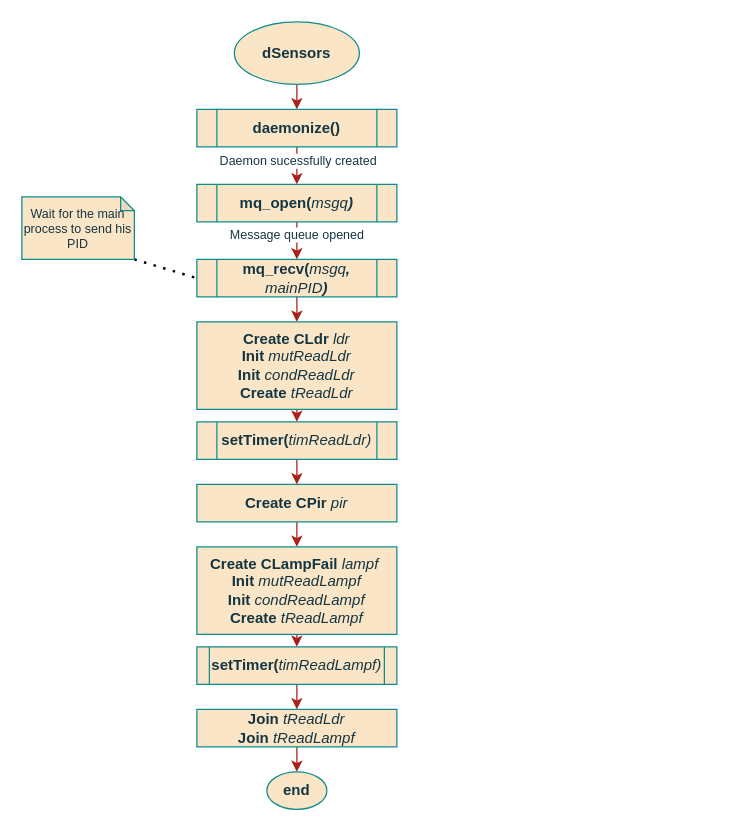
The draw.io diagram page "dSensors" (5 of 9) of documentation/flowcharts/LS/LSThreads.drawio in ESRGgroup9/slipad, before the edit. Source tidied: cells renumbered, new cells numbered last; positions are measured from the earlier drawing's top-left corner, leaving out a move shared by most shapes. Both pictures are drawn from the tidied source at 125%, with x=0, y=0 at pixel (21, 21).
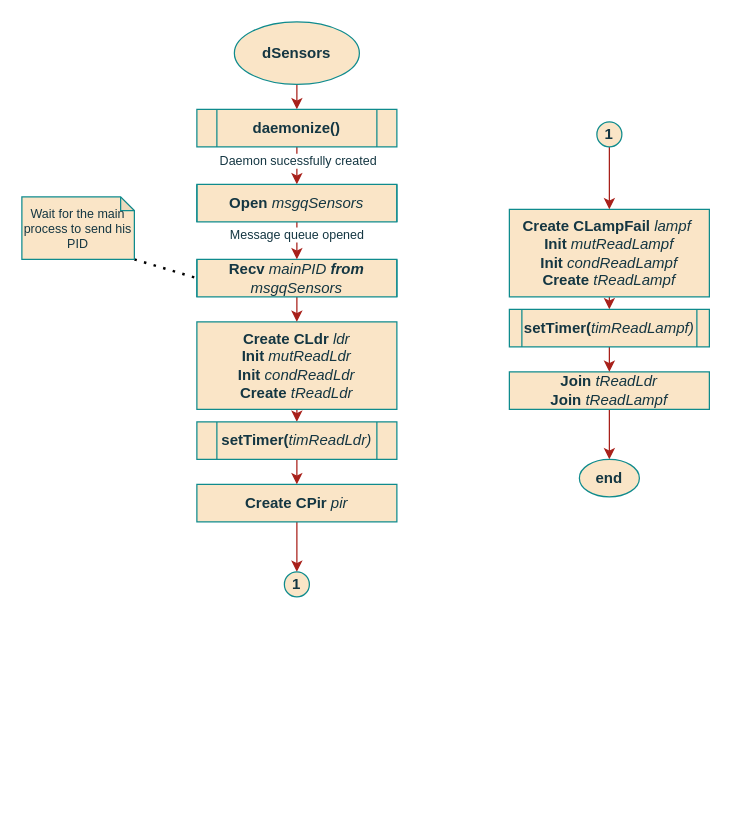
Above is the later version.

Unchanged cells that the change refers to:
```xml
<mxCell id="13" value="&lt;div&gt;&lt;b&gt;Create CPir &lt;/b&gt;&lt;i&gt;pir&lt;/i&gt;&lt;br&gt;&lt;/div&gt;" style="rounded=0;whiteSpace=wrap;html=1;sketch=0;fontColor=#143642;strokeColor=#0F8B8D;fillColor=#FAE5C7;fontFamily=Helvetica;align=center;" parent="1" vertex="1">
  <mxGeometry x="140" y="370" width="160" height="30" as="geometry" />
</mxCell>
```

Diff of the diagram source:
```diff
@@
-    <mxCell id="9" value="&lt;div&gt;mq_recv(&lt;i&gt;&lt;span style=&quot;font-weight: normal&quot;&gt;msgq&lt;/span&gt;, &lt;/i&gt;&lt;span style=&quot;font-weight: normal&quot;&gt;&lt;i&gt;mainPID&lt;/i&gt;&lt;i&gt;&lt;b&gt;)&lt;/b&gt;&lt;/i&gt;&lt;/span&gt;&lt;/div&gt;" style="shape=process;whiteSpace=wrap;html=1;backgroundOutline=1;rounded=0;sketch=0;fontColor=#143642;strokeColor=#0F8B8D;fillColor=#FAE5C7;fontStyle=1;" parent="1" vertex="1">
+    <mxCell id="9" value="&lt;div&gt;Recv &lt;i&gt; &lt;/i&gt;&lt;span style=&quot;font-weight: normal&quot;&gt;&lt;i&gt;mainPID&lt;b&gt; from &lt;/b&gt;&lt;/i&gt;&lt;/span&gt;&lt;span style=&quot;font-weight: normal&quot;&gt;&lt;i&gt;msgqSensors&lt;/i&gt;&lt;/span&gt;&lt;span style=&quot;font-weight: normal&quot;&gt;&lt;/span&gt;&lt;/div&gt;" style="shape=process;whiteSpace=wrap;html=1;backgroundOutline=1;rounded=0;sketch=0;fontColor=#143642;strokeColor=#0F8B8D;fillColor=#FAE5C7;fontStyle=1;size=0;" parent="1" vertex="1">
       <mxGeometry x="140" y="190" width="160" height="30" as="geometry" />
     </mxCell>
@@
-    <mxCell id="12" style="edgeStyle=orthogonalEdgeStyle;curved=0;rounded=1;sketch=0;jettySize=auto;html=1;exitX=0.5;exitY=1;exitDx=0;exitDy=0;entryX=0.5;entryY=0;entryDx=0;entryDy=0;fontSize=10;fontColor=#143642;strokeColor=#A8201A;fillColor=#FAE5C7;" parent="1" edge="1" source="13" target="15">
-      <mxGeometry relative="1" as="geometry" />
-    </mxCell>
+    <mxCell id="26" style="edgeStyle=orthogonalEdgeStyle;curved=0;rounded=1;sketch=0;jettySize=auto;html=1;exitX=0.5;exitY=1;exitDx=0;exitDy=0;entryX=0.5;entryY=0;entryDx=0;entryDy=0;fontSize=10;fontColor=#143642;strokeColor=#A8201A;fillColor=#FAE5C7;" parent="1" edge="1" source="13" target="27">
+      <mxGeometry relative="1" as="geometry" />
+    </mxCell>
@@
     <mxCell id="15" value="&lt;div&gt;&lt;b&gt;Create CLampFail &lt;/b&gt;&lt;i&gt;lampf&lt;/i&gt;&lt;b&gt;&amp;nbsp;&lt;/b&gt;&lt;/div&gt;&lt;div&gt;&lt;div&gt;&lt;b&gt;Init &lt;/b&gt;&lt;i&gt;mutReadLampf&lt;/i&gt;&lt;b&gt;&lt;br&gt;&lt;/b&gt;&lt;/div&gt;&lt;div&gt;&lt;b&gt;Init&lt;/b&gt;  &lt;i&gt;condReadL&lt;/i&gt;&lt;i&gt;ampf&lt;/i&gt;&lt;/div&gt;&lt;div&gt;&lt;b&gt;Create&lt;/b&gt;&lt;i&gt;&lt;b&gt; &lt;/b&gt;tReadL&lt;/i&gt;&lt;i&gt;ampf&lt;/i&gt;&lt;/div&gt;&lt;/div&gt;" style="rounded=0;whiteSpace=wrap;html=1;sketch=0;fontColor=#143642;strokeColor=#0F8B8D;fillColor=#FAE5C7;fontFamily=Helvetica;align=center;" parent="1" vertex="1">
-      <mxGeometry x="140" y="420" width="160" height="70" as="geometry" />
+      <mxGeometry x="390" y="150" width="160" height="70" as="geometry" />
     </mxCell>
@@
     <mxCell id="20" value="&lt;div&gt;&lt;b&gt;Join &lt;/b&gt;&lt;i&gt;tReadLdr&lt;/i&gt;&lt;/div&gt;&lt;div&gt;&lt;b&gt;Join &lt;/b&gt;&lt;i&gt;tReadLampf&lt;/i&gt;&lt;/div&gt;" style="rounded=0;whiteSpace=wrap;html=1;sketch=0;fontColor=#143642;strokeColor=#0F8B8D;fillColor=#FAE5C7;fontFamily=Helvetica;align=center;" parent="1" vertex="1">
-      <mxGeometry x="140" y="550" width="160" height="30" as="geometry" />
+      <mxGeometry x="390" y="280" width="160" height="30" as="geometry" />
     </mxCell>
@@
     <mxCell id="22" value="setTimer(&lt;span style=&quot;font-weight: normal&quot;&gt;&lt;i&gt;timReadLampf)&lt;/i&gt;&lt;/span&gt;" style="shape=process;whiteSpace=wrap;html=1;backgroundOutline=1;rounded=0;sketch=0;fontColor=#143642;strokeColor=#0F8B8D;fillColor=#FAE5C7;fontStyle=1;size=0.0625;" parent="1" vertex="1">
-      <mxGeometry x="140" y="500" width="160" height="30" as="geometry" />
+      <mxGeometry x="390" y="230" width="160" height="30" as="geometry" />
     </mxCell>
     <mxCell id="23" value="end" style="ellipse;whiteSpace=wrap;html=1;fillColor=#FAE5C7;strokeColor=#0F8B8D;fontColor=#143642;fontStyle=1;" parent="1" vertex="1">
-      <mxGeometry x="196" y="600" width="48" height="30" as="geometry" />
+      <mxGeometry x="446" y="350" width="48" height="30" as="geometry" />
     </mxCell>
@@
-    <mxCell id="25" value="&lt;div&gt;mq_open(&lt;i&gt;&lt;span style=&quot;font-weight: normal&quot;&gt;msgq&lt;/span&gt;&lt;/i&gt;&lt;span style=&quot;font-weight: normal&quot;&gt;&lt;i&gt;&lt;b&gt;)&lt;/b&gt;&lt;/i&gt;&lt;/span&gt;&lt;/div&gt;" style="shape=process;whiteSpace=wrap;html=1;backgroundOutline=1;rounded=0;sketch=0;fontColor=#143642;strokeColor=#0F8B8D;fillColor=#FAE5C7;fontStyle=1;" parent="1" vertex="1">
+    <mxCell id="25" value="&lt;div&gt;Open &lt;span style=&quot;font-weight: normal&quot;&gt;&lt;i&gt;msgqSensors&lt;/i&gt;&lt;/span&gt;&lt;/div&gt;" style="shape=process;whiteSpace=wrap;html=1;backgroundOutline=1;rounded=0;sketch=0;fontColor=#143642;strokeColor=#0F8B8D;fillColor=#FAE5C7;fontStyle=1;size=0;" parent="1" vertex="1">
       <mxGeometry x="140" y="130" width="160" height="30" as="geometry" />
     </mxCell>
+    <mxCell id="27" value="1" style="ellipse;whiteSpace=wrap;html=1;fontFamily=Helvetica;fillColor=#FAE5C7;strokeColor=#0F8B8D;fontColor=#143642;fontStyle=1;" parent="1" vertex="1">
+      <mxGeometry x="210" y="440" width="20" height="20" as="geometry" />
+    </mxCell>
+    <mxCell id="28" style="edgeStyle=orthogonalEdgeStyle;curved=0;rounded=1;sketch=0;jettySize=auto;html=1;exitX=0.5;exitY=1;exitDx=0;exitDy=0;fontSize=10;fontColor=#143642;strokeColor=#A8201A;fillColor=#FAE5C7;" parent="1" edge="1" source="29" target="15">
+      <mxGeometry relative="1" as="geometry" />
+    </mxCell>
+    <mxCell id="29" value="1" style="ellipse;whiteSpace=wrap;html=1;fontFamily=Helvetica;fillColor=#FAE5C7;strokeColor=#0F8B8D;fontColor=#143642;fontStyle=1;" parent="1" vertex="1">
+      <mxGeometry x="460" y="80" width="20" height="20" as="geometry" />
+    </mxCell>
```
